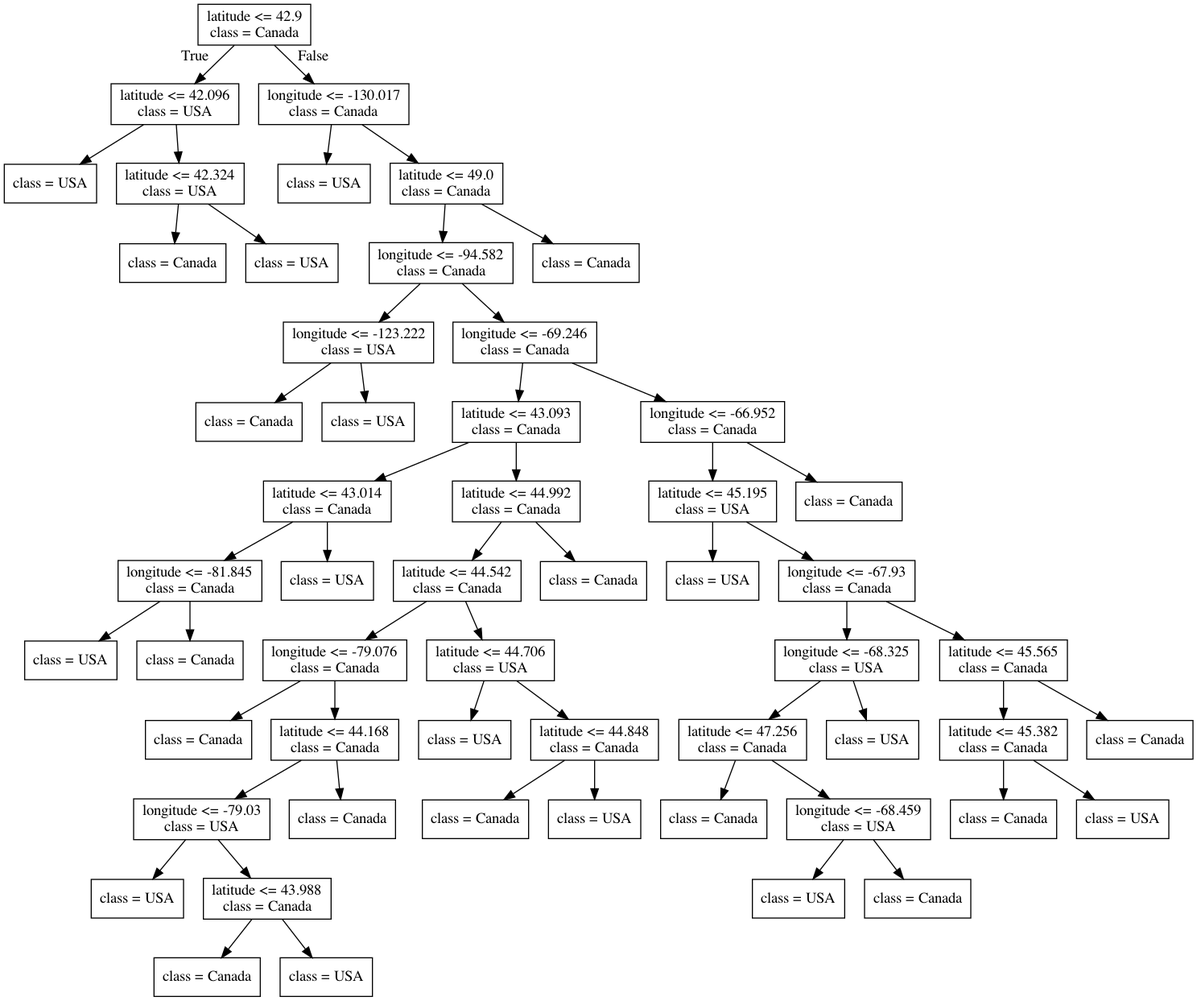
Earlier version of the Graphviz export lectures/Source.gv.png (bait509-ubc/BAIT509). Its source is kept beside it as lectures/Source.gv.
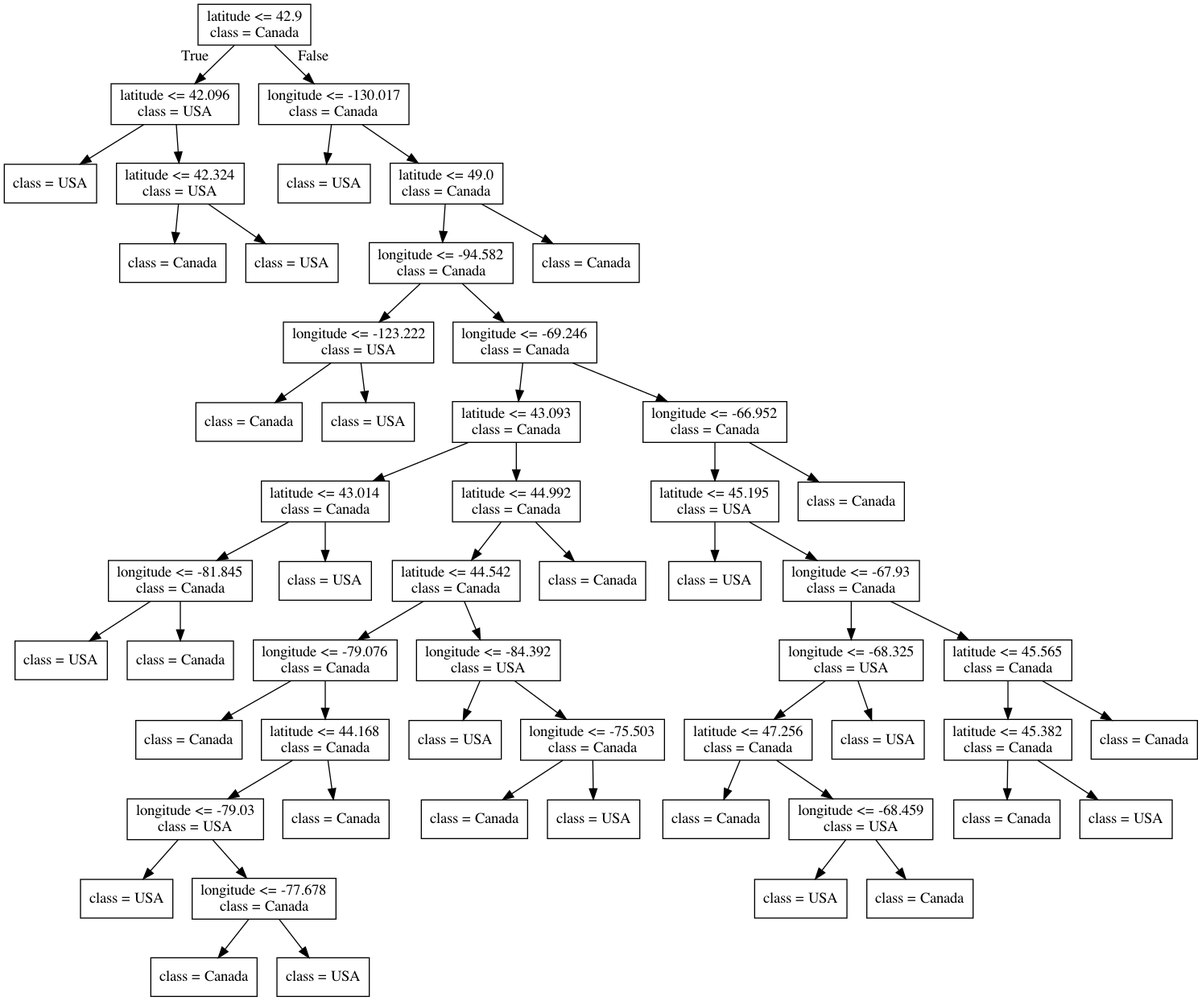
After the change.

Diff of the diagram source:
```diff
@@ -53,7 +53,7 @@
 24 -> 25 ;
 26 [label="class = USA"] ;
 25 -> 26 ;
-27 [label="latitude <= 43.988\nclass = Canada"] ;
+27 [label="longitude <= -77.678\nclass = Canada"] ;
 25 -> 27 ;
 28 [label="class = Canada"] ;
 27 -> 28 ;
@@ -61,11 +61,11 @@
 27 -> 29 ;
 30 [label="class = Canada"] ;
 24 -> 30 ;
-31 [label="latitude <= 44.706\nclass = USA"] ;
+31 [label="longitude <= -84.392\nclass = USA"] ;
 21 -> 31 ;
 32 [label="class = USA"] ;
 31 -> 32 ;
-33 [label="latitude <= 44.848\nclass = Canada"] ;
+33 [label="longitude <= -75.503\nclass = Canada"] ;
 31 -> 33 ;
 34 [label="class = Canada"] ;
 33 -> 34 ;
```
